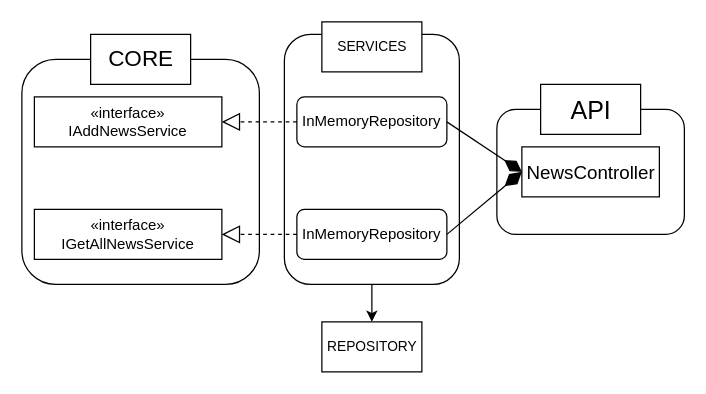
The draw.io diagram img/SERVICES_driagram.drawio in carlCarlson6/CamillionCodeAssignment, before the edit. Source tidied: cells renumbered, new cells numbered last; positions are measured from the earlier drawing's top-left corner, leaving out a move shared by most shapes. Both pictures are drawn from the tidied source at 125%, with x=0, y=0 at pixel (21, 21).
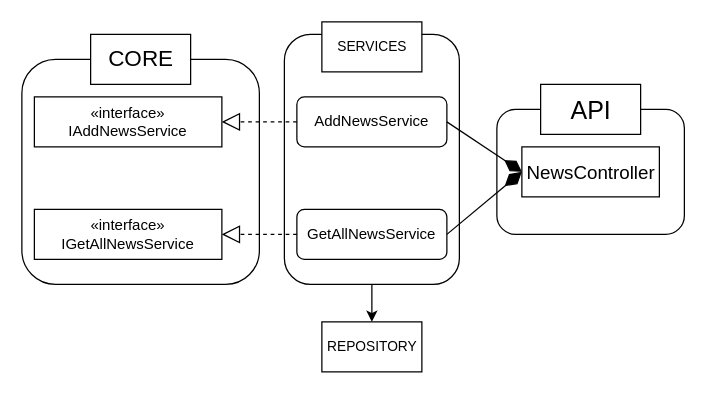
After the change.

The edit, as a diff of the source:
```diff
@@
 <mxGraphModel>
   <root>
     <mxCell id="0" />
     <mxCell id="1" parent="0" />
     <mxCell id="2" style="rounded=1;whiteSpace=wrap;html=1;" parent="1" vertex="1">
       <mxGeometry x="380" y="70" width="150" height="100" as="geometry" />
     </mxCell>
     <mxCell id="3" style="rounded=1;whiteSpace=wrap;html=1;" parent="1" vertex="1">
       <mxGeometry y="30" width="190" height="180" as="geometry" />
     </mxCell>
     <mxCell id="4" style="edgeStyle=orthogonalEdgeStyle;rounded=0;jettySize=auto;html=1;entryX=0.5;entryY=0;entryDx=0;entryDy=0;" parent="1" edge="1" source="5" target="16">
       <mxGeometry relative="1" as="geometry" />
     </mxCell>
     <mxCell id="5" style="rounded=1;whiteSpace=wrap;html=1;" parent="1" vertex="1">
       <mxGeometry x="210" y="10" width="140" height="200" as="geometry" />
     </mxCell>
     <mxCell id="6" value="&lt;font style=&quot;font-size: 11px&quot;&gt;SERVICES&lt;/font&gt;" style="html=1;" parent="1" vertex="1">
       <mxGeometry x="240" width="80" height="40" as="geometry" />
     </mxCell>
-    <mxCell id="7" value="InMemoryRepository" style="rounded=1;whiteSpace=wrap;html=1;" parent="1" vertex="1">
+    <mxCell id="7" value="AddNewsService" style="rounded=1;whiteSpace=wrap;html=1;" parent="1" vertex="1">
       <mxGeometry x="220" y="60" width="120" height="40" as="geometry" />
     </mxCell>
     <mxCell id="8" value="&lt;span&gt;«interface»&lt;/span&gt;&lt;br style=&quot;padding: 0px ; margin: 0px&quot;&gt;&lt;span&gt;IAddNewsService&lt;/span&gt;" style="rounded=0;whiteSpace=wrap;html=1;" parent="1" vertex="1">
       <mxGeometry x="10" y="60" width="150" height="40" as="geometry" />
     </mxCell>
     <mxCell id="9" style="endArrow=block;dashed=1;endFill=0;endSize=12;html=1;exitX=0;exitY=0.5;exitDx=0;exitDy=0;entryX=1;entryY=0.5;entryDx=0;entryDy=0;" parent="1" edge="1" source="7" target="8">
       <mxGeometry relative="1" as="geometry" />
     </mxCell>
-    <mxCell id="10" value="InMemoryRepository" style="rounded=1;whiteSpace=wrap;html=1;" parent="1" vertex="1">
+    <mxCell id="10" value="GetAllNewsService" style="rounded=1;whiteSpace=wrap;html=1;" parent="1" vertex="1">
       <mxGeometry x="220" y="150" width="120" height="40" as="geometry" />
     </mxCell>
     <mxCell id="11" value="&lt;font style=&quot;font-size: 20px&quot;&gt;API&lt;/font&gt;" style="html=1;" parent="1" vertex="1">
       <mxGeometry x="415" y="50" width="80" height="40" as="geometry" />
     </mxCell>
     <mxCell id="12" style="edgeStyle=orthogonalEdgeStyle;rounded=0;orthogonalLoop=1;jettySize=auto;html=1;exitX=0.5;exitY=1;exitDx=0;exitDy=0;" parent="1" edge="1" source="5" target="5">
       <mxGeometry relative="1" as="geometry" />
     </mxCell>
     <mxCell id="13" value="&lt;font style=&quot;font-size: 18px&quot;&gt;CORE&lt;/font&gt;" style="html=1;" parent="1" vertex="1">
       <mxGeometry x="55" y="10" width="80" height="40" as="geometry" />
     </mxCell>
     <mxCell id="14" value="&lt;span&gt;«interface»&lt;/span&gt;&lt;br style=&quot;padding: 0px ; margin: 0px&quot;&gt;&lt;span&gt;IGetAllNewsService&lt;/span&gt;" style="rounded=0;whiteSpace=wrap;html=1;" parent="1" vertex="1">
       <mxGeometry x="10" y="150" width="150" height="40" as="geometry" />
     </mxCell>
     <mxCell id="15" style="endArrow=block;dashed=1;endFill=0;endSize=12;html=1;exitX=0;exitY=0.5;exitDx=0;exitDy=0;entryX=1;entryY=0.5;entryDx=0;entryDy=0;" parent="1" edge="1" source="10" target="14">
       <mxGeometry relative="1" as="geometry" />
     </mxCell>
     <mxCell id="16" value="&lt;font style=&quot;font-size: 11px&quot;&gt;REPOSITORY&lt;/font&gt;" style="html=1;" parent="1" vertex="1">
       <mxGeometry x="240" y="240" width="80" height="40" as="geometry" />
     </mxCell>
     <mxCell id="17" value="&lt;font style=&quot;font-size: 15px&quot;&gt;NewsController&lt;/font&gt;" style="html=1;" parent="1" vertex="1">
       <mxGeometry x="400" y="100" width="110" height="40" as="geometry" />
     </mxCell>
     <mxCell id="18" style="endArrow=diamondThin;endFill=1;endSize=14;html=1;entryX=0;entryY=0.5;entryDx=0;entryDy=0;exitX=1;exitY=0.5;exitDx=0;exitDy=0;" parent="1" edge="1" source="7" target="17">
       <mxGeometry relative="1" as="geometry" />
     </mxCell>
     <mxCell id="19" style="endArrow=diamondThin;endFill=1;endSize=15;html=1;entryX=0;entryY=0.5;entryDx=0;entryDy=0;exitX=1;exitY=0.5;exitDx=0;exitDy=0;" parent="1" edge="1" source="10" target="17">
       <mxGeometry relative="1" as="geometry" />
     </mxCell>
   </root>
 </mxGraphModel>
```
